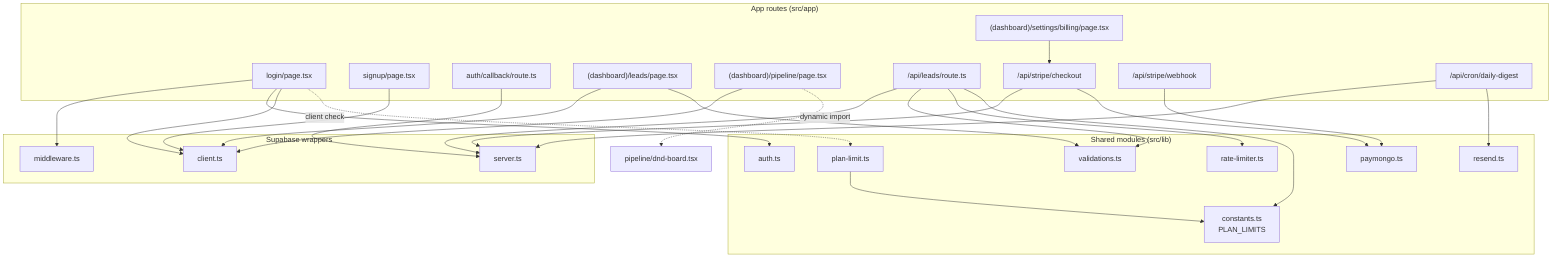
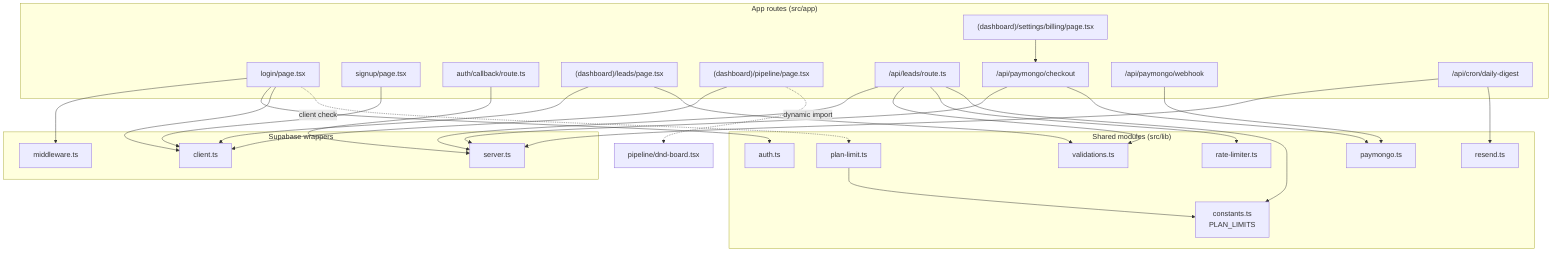
flowchart TD
    subgraph routes["App routes (src/app)"]
        Login["login/page.tsx"]
        Signup["signup/page.tsx"]
        CB["auth/callback/route.ts"]
        Leads["(dashboard)/leads/page.tsx"]
        Pipeline["(dashboard)/pipeline/page.tsx"]
        Billing["(dashboard)/settings/billing/page.tsx"]
        ApiLeads["/api/leads/route.ts"]
-         ApiStripe["/api/stripe/checkout"]
-         ApiWH["/api/stripe/webhook"]
+         ApiPayMongo["/api/paymongo/checkout"]
+         ApiWH["/api/paymongo/webhook"]
        ApiCron["/api/cron/daily-digest"]
    end

    subgraph shared["Shared modules (src/lib)"]
        Auth[auth.ts]
        Valid[validations.ts]
        RL[rate-limiter.ts]
-         StripeLib[paymongo.ts]
+         PayMongoLib[paymongo.ts]
        ResendLib[resend.ts]
        Constants[constants.ts<br/>PLAN_LIMITS]
        PlanLimit[plan-limit.ts]
    end

    subgraph supa["Supabase wrappers"]
        SBC[client.ts]
        SBS[server.ts]
        SBM[middleware.ts]
    end

    Login --> SBM
    Login --> Auth
    Login --> SBC
    Signup --> SBC
    CB --> SBS
    Leads --> SBC
    Leads --> Valid
    Pipeline --> SBC
    Pipeline -.->|dynamic import| DndBoard[pipeline/dnd-board.tsx]

    ApiLeads --> SBS
    ApiLeads --> Valid
    ApiLeads --> RL
    ApiLeads --> Constants

-     Billing --> ApiStripe
-     ApiStripe --> SBS
-     ApiStripe --> StripeLib
-     ApiWH --> StripeLib
+     Billing --> ApiPayMongo
+     ApiPayMongo --> SBS
+     ApiPayMongo --> PayMongoLib
+     ApiWH --> PayMongoLib
    ApiCron --> SBS
    ApiCron --> ResendLib

    PlanLimit --> Constants
    Login -.->|client check| PlanLimit